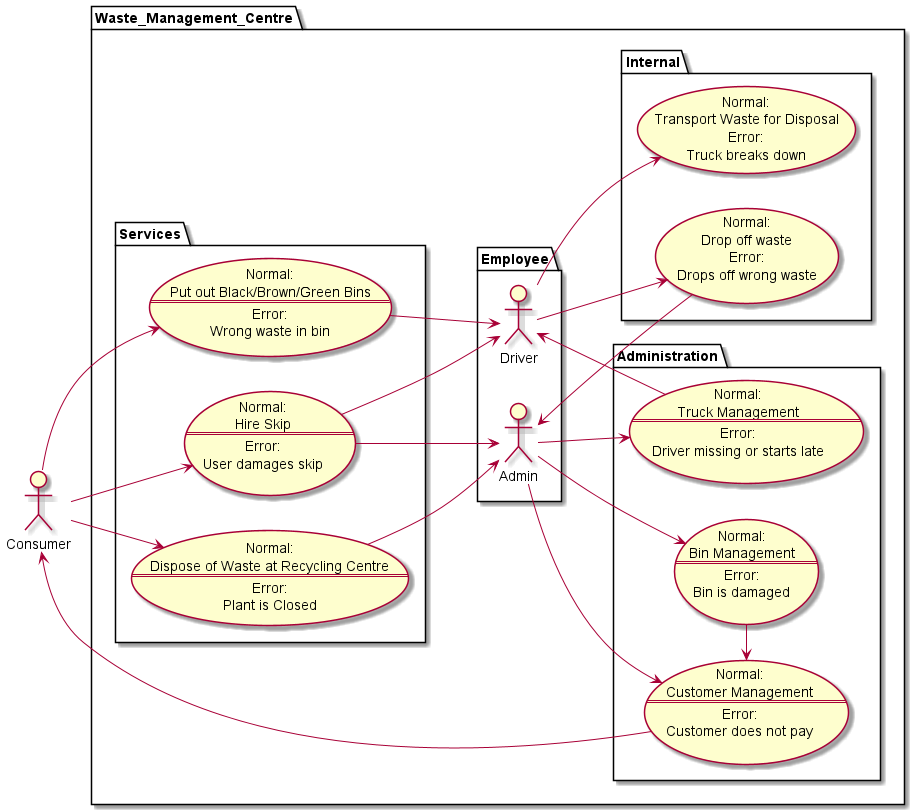
Before: UML.png, a diagram exported from PlantUML (tedski999/CSU22041-InformationManagement-Group8).
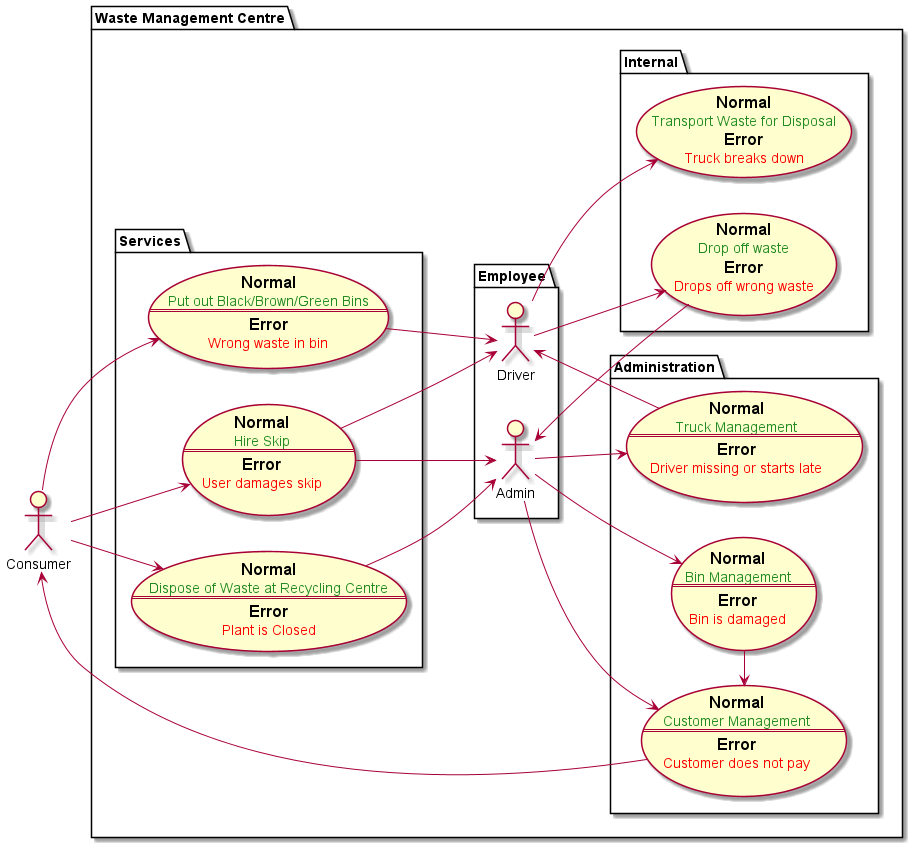
After the commit.

Commit message:
Final Use Case image

The edit, as a diff of the source:
```diff
@@ -3,7 +3,7 @@
 left to right direction
 actor Consumer as c
 
-package Waste_Management_Centre {
+package "Waste Management Centre" {
 	package Employee {
 		actor Driver as d
 		actor Admin as a
@@ -11,63 +11,63 @@
 
 	package Services {
 		usecase centre as "
-				Normal:
-				Dispose of Waste at Recycling Centre
+				== Normal
+				<color:#228B22>Dispose of Waste at Recycling Centre
 				==
-				Error:
-				Plant is Closed"
+				== Error
+				<color:#FF0000>Plant is Closed"
 
 		usecase bins as "
-				Normal:
-				Put out Black/Brown/Green Bins
+				== Normal
+				<color:#228B22>Put out Black/Brown/Green Bins
 				==
-				Error:
-				Wrong waste in bin"
+				== Error
+				<color:#FF0000>Wrong waste in bin"
 
 		usecase skip as "
-				Normal:
-				Hire Skip
+				== Normal
+				<color:#228B22>Hire Skip
 				==
-				Error:
-				User damages skip"
+				== Error
+				<color:#FF0000>User damages skip"
 	}
 
 	package Internal {
 		usecase transport as "
-				Normal:
-				Transport Waste for Disposal
-				Error:
-				Truck breaks down"
+				== Normal
+				<color:#228B22>Transport Waste for Disposal
+				== Error
+				<color:#FF0000>Truck breaks down"
 
 		usecase dropoff as "
-				Normal:
-				Drop off waste
-				Error:
-				Drops off wrong waste"
+				== Normal
+				<color:#228B22>Drop off waste
+				== Error
+				<color:#FF0000>Drops off wrong waste"
 	}
 
 	package Administration {
 
 		usecase truckmanage as "
-				Normal:
-				Truck Management
+				== Normal
+				<color:#228B22>Truck Management
 				==
-				Error:
-				Driver missing or starts late"
+				== Error
+				<color:#FF0000>Driver missing or starts late"
 
 		usecase customermanage as "
-				Normal:
-				Customer Management
+				== Normal
+				<color:#228B22>Customer Management
 				==
-				Error:
-				Customer does not pay"
+				== Error
+				<color:#FF0000>Customer does not pay"
 
 		usecase binmanage as "
-				Normal:
-				Bin Management
+				== Normal
+				<color:#228B22>Bin Management
 				==
-				Error:
-				Bin is damaged"
+				== Error
+				<color:#FF0000>Bin is damaged"
 	}
 }
 
```
